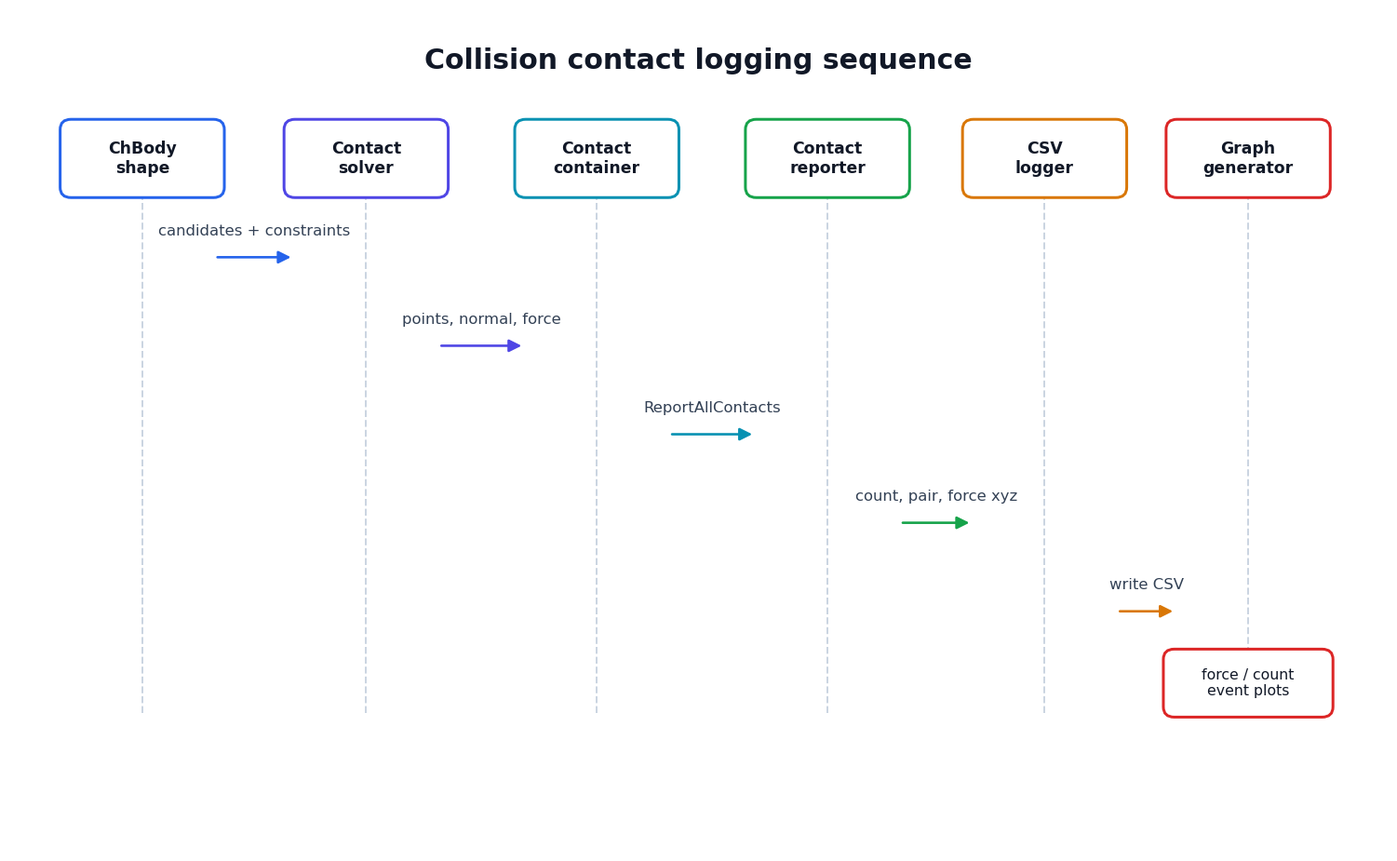
This is 3-layer_report/2.2 Component/images/mermaid_rendered/2_2_mermaid_05.png from Poesy-Lab/Project_Chrono_Practice, a Mermaid export, as it was before one commit. Its source is kept beside it as 3-layer_report/2.2 Component/images/mermaid_rendered/2_2_mermaid_05.mmd.
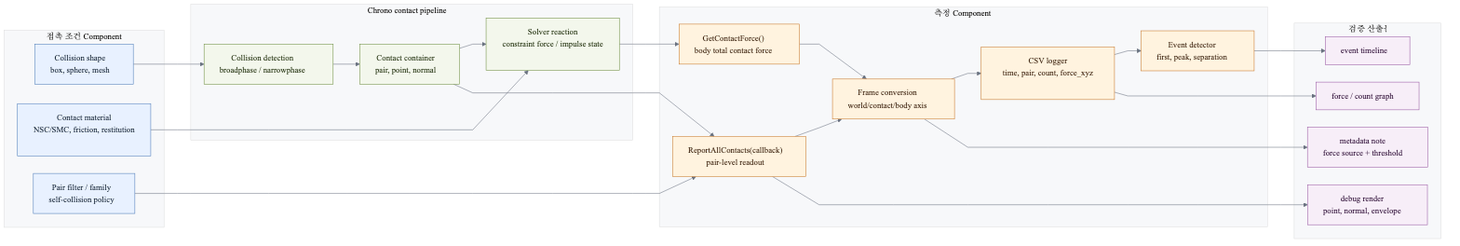
The same file after the commit.

Change to the diagram source:
```diff
@@ -1,13 +1,54 @@
-sequenceDiagram
-    participant Body as ChBody shape
-    participant Solver as Contact solver
-    participant Container as Contact container
-    participant Reporter as Contact reporter
-    participant Logger as CSV logger
-    participant Graph as Graph generator
-    Body->>Solver: candidates + constraints
-    Solver->>Container: points, normal, force
-    Container->>Reporter: ReportAllContacts(callback)
-    Reporter->>Logger: count, pair, force xyz
-    Logger->>Graph: write CSV
-    Graph->>Graph: force/count/event plots
+%%{init: {'theme': 'base', 'flowchart': {'curve': 'linear', 'nodeSpacing': 34, 'rankSpacing': 52}, 'themeVariables': {'fontFamily': 'Arial, Apple SD Gothic Neo, sans-serif', 'primaryColor': '#eef6ff', 'primaryTextColor': '#1b2a3a', 'primaryBorderColor': '#4f7db8', 'lineColor': '#6a7280', 'tertiaryColor': '#f7f8fa'}}}%%
+flowchart LR
+    classDef setup fill:#e8f1ff,stroke:#4f7db8,color:#1b2a3a,stroke-width:1px
+    classDef solver fill:#f3f7ec,stroke:#6f8f42,color:#23320f,stroke-width:1px
+    classDef measure fill:#fff3df,stroke:#c9792b,color:#3d2410,stroke-width:1px
+    classDef output fill:#f7eef8,stroke:#9a5aa3,color:#32123a,stroke-width:1px
+
+    subgraph Setup["접촉 조건 Component"]
+        A1["Collision shape<br/>box, sphere, mesh"]
+        A2["Contact material<br/>NSC/SMC, friction, restitution"]
+        A3["Pair filter / family<br/>self-collision policy"]
+    end
+
+    subgraph Runtime["Chrono contact pipeline"]
+        B1["Collision detection<br/>broadphase / narrowphase"]
+        B2["Contact container<br/>pair, point, normal"]
+        B3["Solver reaction<br/>constraint force / impulse state"]
+    end
+
+    subgraph Measurement["측정 Component"]
+        C1["ReportAllContacts(callback)<br/>pair-level readout"]
+        C2["GetContactForce()<br/>body total contact force"]
+        C3["Frame conversion<br/>world/contact/body axis"]
+        C4["CSV logger<br/>time, pair, count, force_xyz"]
+        C5["Event detector<br/>first, peak, separation"]
+    end
+
+    subgraph Evidence["검증 산출물"]
+        O1["force / count graph"]
+        O2["event timeline"]
+        O3["debug render<br/>point, normal, envelope"]
+        O4["metadata note<br/>force source + threshold"]
+    end
+
+    A1 --> B1
+    A2 --> B3
+    A3 --> C1
+    B1 --> B2
+    B2 --> B3
+    B2 --> C1
+    B3 --> C2
+    C1 --> C3
+    C2 --> C3
+    C3 --> C4
+    C4 --> C5
+    C4 --> O1
+    C5 --> O2
+    C1 --> O3
+    C3 --> O4
+
+    class A1,A2,A3 setup
+    class B1,B2,B3 solver
+    class C1,C2,C3,C4,C5 measure
+    class O1,O2,O3,O4 output
```
